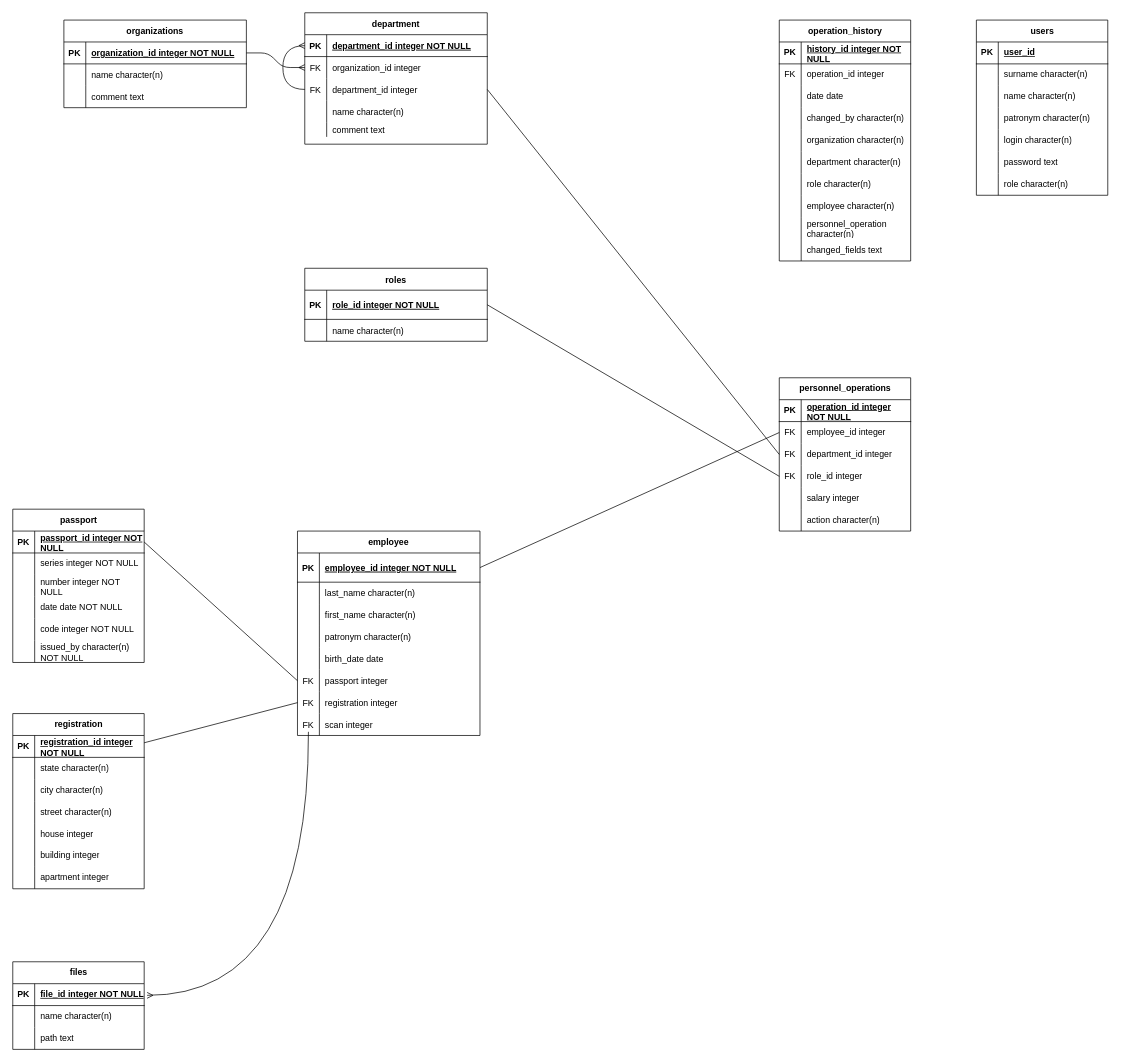
Earlier version of the draw.io diagram docs/ERD.drawio (oguni1/areal-hr_ext-test). Source tidied: cells renumbered, new cells numbered last; positions are measured from the earlier drawing's top-left corner, leaving out a move shared by most shapes. Both pictures are drawn from the tidied source at 73%, with x=0, y=0 at pixel (12, 12).
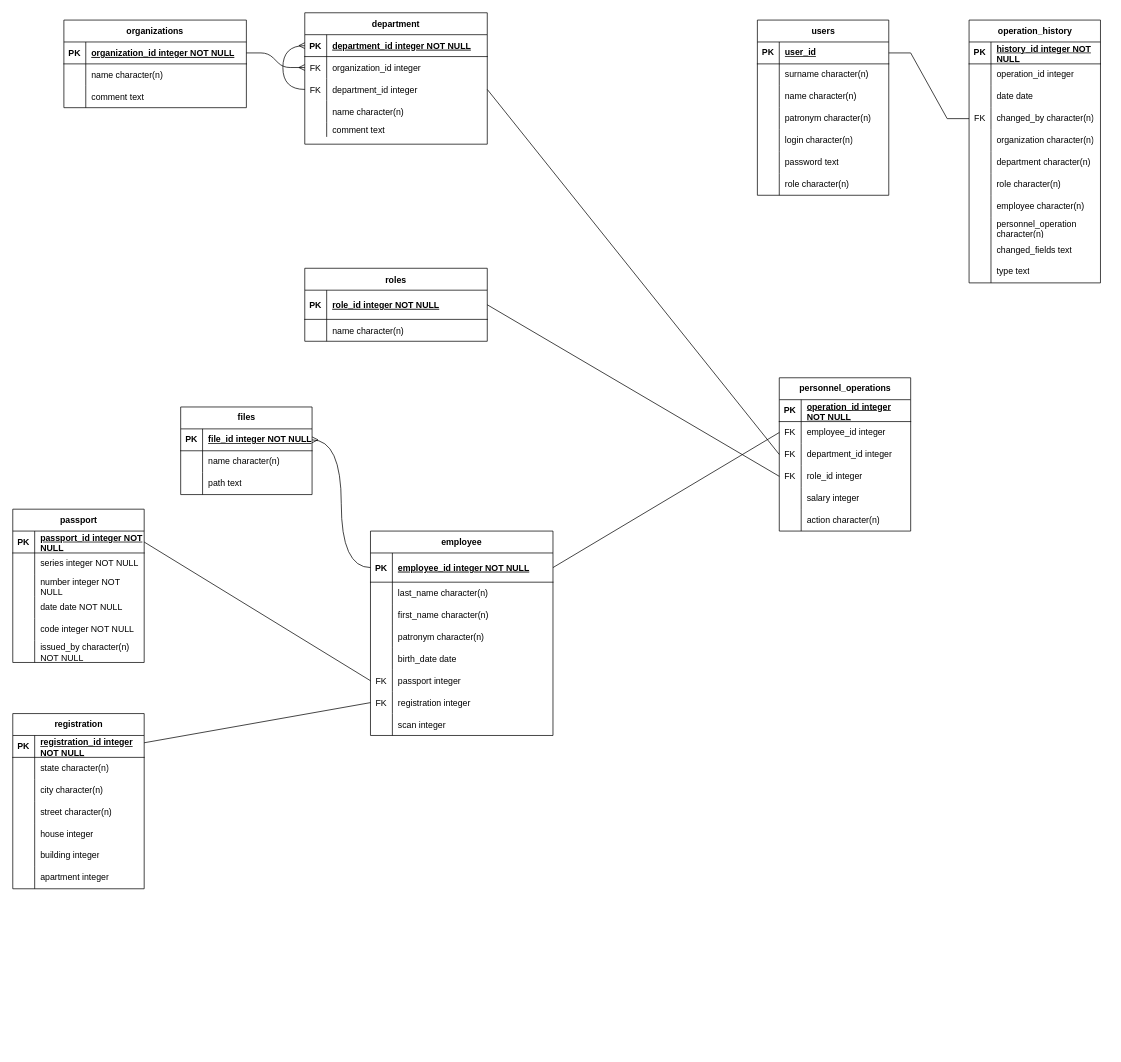
Above is the later version.

Unchanged cells that the change refers to:
```xml
<mxCell id="38" style="shape=partialRectangle;fillColor=none;points=[[0,0.5],[1,0.5]];portConstraint=eastwest;top=0;left=0;right=0;bottom=1;" parent="37" vertex="1">
  <mxGeometry y="30" width="250" height="40" as="geometry" />
</mxCell>
<mxCell id="59" style="shape=partialRectangle;fillColor=none;top=0;left=0;right=0;bottom=0;" parent="37" vertex="1">
  <mxGeometry y="250" width="250" height="30" as="geometry" />
</mxCell>
<mxCell id="107" style="shape=tableRow;horizontal=0;startSize=0;swimlaneHead=0;swimlaneBody=0;fillColor=none;points=[[0,0.5],[1,0.5]];portConstraint=eastwest;top=0;left=0;right=0;bottom=1;" parent="106" vertex="1">
  <mxGeometry y="30" width="180" height="30" as="geometry" />
</mxCell>
<mxCell id="140" style="shape=tableRow;horizontal=0;startSize=0;swimlaneHead=0;swimlaneBody=0;fillColor=none;top=0;left=0;right=0;bottom=0;" parent="136" vertex="1">
  <mxGeometry y="60" width="180" height="30" as="geometry" />
</mxCell>
<mxCell id="146" style="shape=tableRow;horizontal=0;startSize=0;swimlaneHead=0;swimlaneBody=0;fillColor=none;points=[[0,0.5],[1,0.5]];portConstraint=eastwest;top=0;left=0;right=0;bottom=0;" parent="136" vertex="1">
  <mxGeometry y="120" width="180" height="30" as="geometry" />
</mxCell>
<mxCell id="170" style="shape=tableRow;horizontal=0;startSize=0;swimlaneHead=0;swimlaneBody=0;fillColor=none;points=[[0,0.5],[1,0.5]];portConstraint=eastwest;top=0;left=0;right=0;bottom=1;" parent="169" vertex="1">
  <mxGeometry y="30" width="180" height="30" as="geometry" />
</mxCell>
```

What changed in the source:
```diff
@@
     <mxCell id="37" value="employee" style="shape=table;startSize=30;childLayout=tableLayout;rowLines=0;fontStyle=1;align=center;" parent="1" vertex="1">
-      <mxGeometry x="390" y="710" width="250" height="280" as="geometry" />
+      <mxGeometry x="490" y="710" width="250" height="280" as="geometry" />
     </mxCell>
@@
-    <mxCell id="60" value="FK" style="shape=partialRectangle;overflow=hidden;fillColor=none;top=0;left=0;bottom=0;right=0;" parent="59" vertex="1">
+    <mxCell id="60" style="shape=partialRectangle;overflow=hidden;fillColor=none;top=0;left=0;bottom=0;right=0;" parent="59" vertex="1">
       <mxGeometry width="30" height="30" as="geometry" />
     </mxCell>
@@
-    <mxCell id="105" style="endArrow=none;html=1;rounded=0;exitX=1.05;exitY=0.367;exitDx=0;exitDy=0;startArrow=ERmany;startFill=0;entryX=0;entryY=0.5;entryDx=0;entryDy=0;edgeStyle=orthogonalEdgeStyle;curved=1;exitPerimeter=0;" parent="1" edge="1">
-      <mxGeometry relative="1" as="geometry">
-        <mxPoint x="184" y="1346" as="sourcePoint" />
-        <mxPoint x="405" y="985" as="targetPoint" />
-      </mxGeometry>
+    <mxCell id="105" style="endArrow=none;html=1;rounded=0;exitX=1;exitY=0.5;exitDx=0;exitDy=0;startArrow=ERmany;startFill=0;entryX=0;entryY=0.5;entryDx=0;entryDy=0;edgeStyle=orthogonalEdgeStyle;curved=1;" parent="1" edge="1" source="107" target="38">
+      <mxGeometry relative="1" as="geometry" />
     </mxCell>
     <mxCell id="106" value="&lt;div&gt;files&lt;/div&gt;" style="shape=table;startSize=30;childLayout=tableLayout;rowLines=0;fontStyle=1;align=center;html=1;" parent="1" vertex="1">
-      <mxGeometry y="1300" width="180" height="120" as="geometry" />
+      <mxGeometry x="230" y="540" width="180" height="120" as="geometry" />
     </mxCell>
@@
     <mxCell id="136" value="operation_history" style="shape=table;startSize=30;childLayout=tableLayout;rowLines=0;fontStyle=1;align=center;html=1;" parent="1" vertex="1">
-      <mxGeometry x="1050" y="10" width="180" height="330" as="geometry" />
+      <mxGeometry x="1310" y="10" width="180" height="360" as="geometry" />
     </mxCell>
@@
-    <mxCell id="141" value="FK" style="shape=partialRectangle;fillColor=none;top=0;left=0;bottom=0;right=0;overflow=hidden;whiteSpace=wrap;html=1;" parent="140" vertex="1">
+    <mxCell id="141" style="shape=partialRectangle;fillColor=none;top=0;left=0;bottom=0;right=0;overflow=hidden;whiteSpace=wrap;html=1;" parent="140" vertex="1">
       <mxGeometry width="30" height="30" as="geometry" />
     </mxCell>
@@
-    <mxCell id="147" style="shape=partialRectangle;fillColor=none;top=0;left=0;bottom=0;right=0;overflow=hidden;whiteSpace=wrap;html=1;" parent="146" vertex="1">
+    <mxCell id="147" value="FK" style="shape=partialRectangle;fillColor=none;top=0;left=0;bottom=0;right=0;overflow=hidden;whiteSpace=wrap;html=1;" parent="146" vertex="1">
       <mxGeometry width="30" height="30" as="geometry" />
     </mxCell>
@@
+    <mxCell id="191" style="shape=tableRow;horizontal=0;startSize=0;swimlaneHead=0;swimlaneBody=0;fillColor=none;top=0;left=0;right=0;bottom=0;" parent="136" vertex="1">
+      <mxGeometry y="330" width="180" height="30" as="geometry" />
+    </mxCell>
+    <mxCell id="192" style="shape=partialRectangle;fillColor=none;top=0;left=0;bottom=0;right=0;overflow=hidden;whiteSpace=wrap;html=1;" parent="191" vertex="1">
+      <mxGeometry width="30" height="30" as="geometry" />
+    </mxCell>
+    <mxCell id="193" value="type text" style="shape=partialRectangle;fillColor=none;top=0;left=0;bottom=0;right=0;align=left;spacingLeft=6;overflow=hidden;whiteSpace=wrap;html=1;" parent="191" vertex="1">
+      <mxGeometry x="30" width="150" height="30" as="geometry" />
+    </mxCell>
@@
     <mxCell id="169" value="users" style="shape=table;startSize=30;childLayout=tableLayout;rowLines=0;fontStyle=1;align=center;html=1;" parent="1" vertex="1">
-      <mxGeometry x="1320" y="10" width="180" height="240" as="geometry" />
+      <mxGeometry x="1020" y="10" width="180" height="240" as="geometry" />
     </mxCell>
@@
+    <mxCell id="194" style="edgeStyle=entityRelationEdgeStyle;fontSize=12;html=1;endArrow=none;endFill=0;rounded=0;exitX=1;exitY=0.5;exitDx=0;exitDy=0;entryX=0;entryY=0.5;entryDx=0;entryDy=0;startFill=0;" parent="1" edge="1" source="170" target="146">
+      <mxGeometry relative="1" as="geometry" />
+    </mxCell>
```
